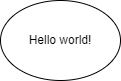
This is Database Diagram.drawio.png from ivanalves-t/DataBaseMER, a draw.io export, as it was before one commit. Source tidied: cells renumbered, new cells last; positions are measured from the earlier drawing's top-left corner, leaving out a move shared by most shapes. The source it was exported from:
```xml
<mxGraphModel>
  <root>
    <mxCell id="0" />
    <mxCell id="1" parent="0" />
    <mxCell id="2" value="Hello world!" style="ellipse;whiteSpace=wrap;html=1;" parent="1" vertex="1">
      <mxGeometry width="120" height="80" as="geometry" />
    </mxCell>
  </root>
</mxGraphModel>
```
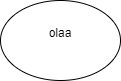
After the change.

Commit message:
teste de modificação

Diff of the diagram source:
```diff
@@ -2,7 +2,7 @@
   <root>
     <mxCell id="0" />
     <mxCell id="1" parent="0" />
-    <mxCell id="2" value="Hello world!" style="ellipse;whiteSpace=wrap;html=1;" parent="1" vertex="1">
+    <mxCell id="2" value="olaa&lt;div&gt;&lt;br&gt;&lt;/div&gt;" style="ellipse;whiteSpace=wrap;html=1;" parent="1" vertex="1">
       <mxGeometry width="120" height="80" as="geometry" />
     </mxCell>
   </root>
```
